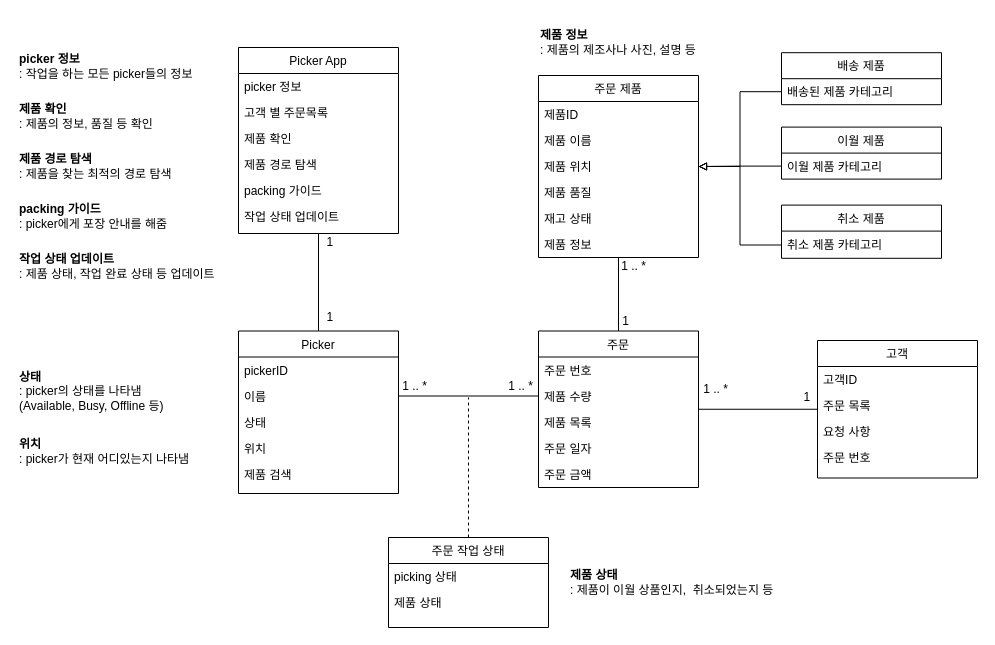
dbsrudrla/diagram keeps this draw.io diagram as 시분설_6조_class_diagram.drawio. Above is the earlier version. Source tidied: cells renumbered, new cells numbered last; positions are measured from the earlier drawing's top-left corner, leaving out a move shared by most shapes. Both pictures are drawn from the tidied source at 100%, with x=0, y=0 at pixel (17, 17).
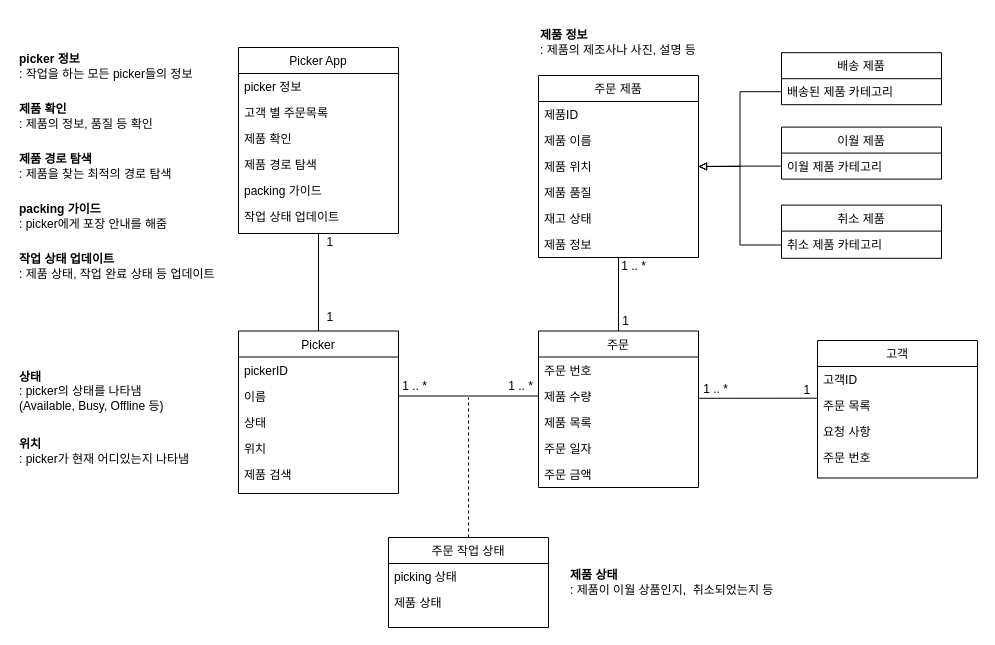
After the change.

Commit message:
시분설_6조_class_diagram.drawio 업데이트

The change refers to these unchanged cells:
```xml
<mxCell id="22" value="주문" style="swimlane;fontStyle=0;align=center;verticalAlign=top;horizontal=1;startSize=26;rounded=0;shadow=0;strokeWidth=1;" parent="1" vertex="1">
  <mxGeometry x="521" y="313.5" width="160" height="156.5" as="geometry" />
</mxCell>
<mxCell id="28" value="고객" style="swimlane;fontStyle=0;align=center;verticalAlign=top;horizontal=1;startSize=26;rounded=0;shadow=0;strokeWidth=1;" parent="1" vertex="1">
  <mxGeometry x="800" y="323" width="160" height="137.5" as="geometry" />
</mxCell>
```

Diff of the diagram source:
```diff
@@
-    <mxCell id="34" style="rounded=0;jettySize=auto;html=1;exitX=1;exitY=0.5;exitDx=0;exitDy=0;entryX=0;entryY=0.5;entryDx=0;entryDy=0;endArrow=none;endFill=0;" parent="1" edge="1" source="22" target="28">
-      <mxGeometry relative="1" as="geometry" />
+    <mxCell id="34" style="rounded=0;orthogonalLoop=1;jettySize=auto;html=1;exitX=1;exitY=0.5;exitDx=0;exitDy=0;entryX=0;entryY=0.5;entryDx=0;entryDy=0;endArrow=none;endFill=0;" parent="1" edge="1">
+      <mxGeometry relative="1" as="geometry">
+        <mxPoint x="681" y="380.8" as="sourcePoint" />
+        <mxPoint x="800" y="380.7" as="targetPoint" />
+      </mxGeometry>
     </mxCell>
@@
     <mxCell id="36" value="1&amp;nbsp;" style="text;html=1;align=center;verticalAlign=middle;strokeColor=none;fillColor=none;" parent="1" vertex="1">
-      <mxGeometry x="776" y="365" width="30" height="30" as="geometry" />
+      <mxGeometry x="776" y="358" width="30" height="30" as="geometry" />
     </mxCell>
```
